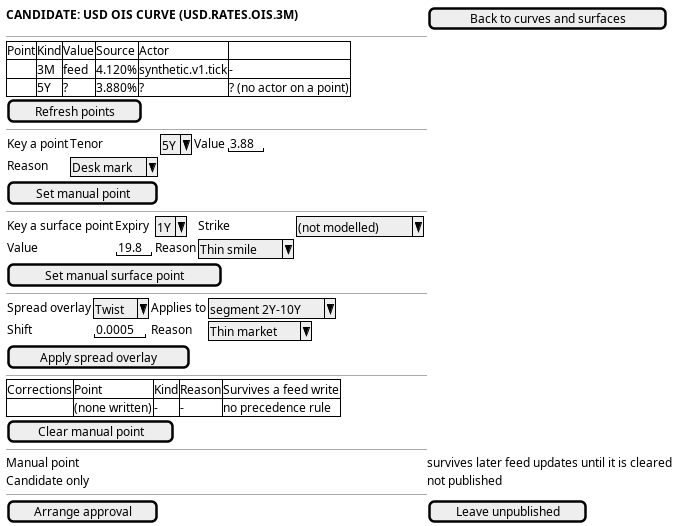
OreStudio/OreStudio keeps this PlantUML diagram as doc/knowledge/journeys/market_data/wireframe_adjust-a-curve-or-surface-by-hand.png. Above is the earlier version. Its source is kept beside it as doc/knowledge/journeys/market_data/wireframe_adjust-a-curve-or-surface-by-hand.puml. Source of this version:
```plantuml
@startuml

salt
{
  <b>CANDIDATE: USD OIS CURVE (USD.RATES.OIS.3M)</b> | [ Back to curves and surfaces ]
  --
  {#
    Point | Kind | Value | Source | Actor
    . | 3M | feed | 4.120% | synthetic.v1.ops.tick | -
    . | 5Y | ? | 3.880% | ? | ? (no actor on a point)
  }
  [ Refresh points ]
  --
  {
    Key a point | Tenor | ^5Y^ | Value | "3.88"
    Reason | ^Desk mark^
  }
  [ Set manual point ]
  --
  {
    Key a surface point | Expiry | ^1Y^ | Strike | ^(not modelled)^
    Value | "19.8" | Reason | ^Thin smile^
  }
  [ Set manual surface point ]
  --
  {
    Spread overlay | ^Twist^ | Applies to | ^segment 2Y-10Y^
    Shift | "0.0005" | Reason | ^Thin market^
  }
  [ Apply spread overlay ]
  --
  {#
    Corrections | Point | Kind | Reason | Survives a feed write
    . | (none written) | - | - | no precedence rule
  }
  [ Clear manual point ]
  --
  Manual point | survives later feed updates until it is cleared
  Candidate only | not published
  --
  [ Arrange approval ] | [ Leave unpublished ]
}

@enduml
```
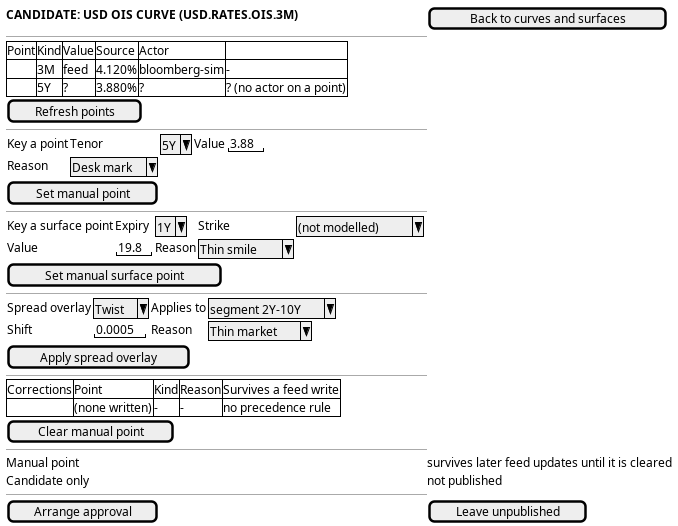
The same file after the commit.

Diff of the diagram source:
```diff
@@ -6,7 +6,7 @@
   --
   {#
     Point | Kind | Value | Source | Actor
-    . | 3M | feed | 4.120% | synthetic.v1.ops.tick | -
+    . | 3M | feed | 4.120% | bloomberg-sim | -
     . | 5Y | ? | 3.880% | ? | ? (no actor on a point)
   }
   [ Refresh points ]
```
